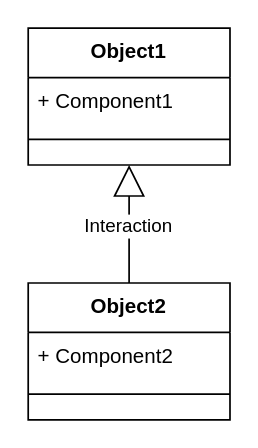
The draw.io diagram model.drawio in brzewVCE/LMBreach, before the edit. Source tidied: cells renumbered, new cells numbered last; positions are measured from the earlier drawing's top-left corner, leaving out a move shared by most shapes. Both pictures are drawn from the tidied source at 171%, with x=0, y=0 at pixel (27, 27).
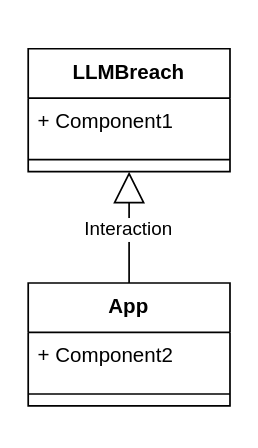
Above is the later version.

The edit, as a diff of the source:
```diff
@@
 <mxGraphModel>
   <root>
     <mxCell id="0" />
     <mxCell id="1" parent="0" />
-    <mxCell id="2" value="Object1" style="swimlane;fontStyle=1;align=center;verticalAlign=top;horizontal=1;startSize=28.933331298828126;" parent="1" vertex="1">
-      <mxGeometry width="118" height="80" as="geometry" />
+    <mxCell id="2" value="LLMBreach" style="swimlane;fontStyle=1;align=center;verticalAlign=top;horizontal=1;startSize=28.933331298828126;" parent="1" vertex="1">
+      <mxGeometry y="12" width="118" height="71.9" as="geometry" />
     </mxCell>
     <mxCell id="3" value="+ Component1" style="text;strokeColor=none;fillColor=none;align=left;verticalAlign=top;spacingLeft=4;spacingRight=4;overflow=hidden;" parent="2" vertex="1">
-      <mxGeometry y="29" width="118" height="29" as="geometry" />
+      <mxGeometry y="28.9" width="118" height="29" as="geometry" />
     </mxCell>
     <mxCell id="4" style="line;strokeWidth=1;fillColor=none;align=left;verticalAlign=middle;spacingTop=-1;spacingLeft=3;spacingRight=3;labelPosition=right;strokeColor=inherit;" parent="2" vertex="1">
-      <mxGeometry y="58" width="118" height="14" as="geometry" />
+      <mxGeometry y="57.9" width="118" height="14" as="geometry" />
     </mxCell>
-    <mxCell id="5" value="Object2" style="swimlane;fontStyle=1;align=center;verticalAlign=top;horizontal=1;startSize=28.933331298828126;" parent="1" vertex="1">
-      <mxGeometry y="149" width="118" height="80" as="geometry" />
+    <mxCell id="5" value="App" style="swimlane;fontStyle=1;align=center;verticalAlign=top;horizontal=1;startSize=28.933331298828126;" parent="1" vertex="1">
+      <mxGeometry y="149" width="118" height="71.9" as="geometry" />
     </mxCell>
     <mxCell id="6" value="+ Component2" style="text;strokeColor=none;fillColor=none;align=left;verticalAlign=top;spacingLeft=4;spacingRight=4;overflow=hidden;" parent="5" vertex="1">
-      <mxGeometry y="29" width="118" height="29" as="geometry" />
+      <mxGeometry y="28.9" width="118" height="29" as="geometry" />
     </mxCell>
     <mxCell id="7" style="line;strokeWidth=1;fillColor=none;align=left;verticalAlign=middle;spacingTop=-1;spacingLeft=3;spacingRight=3;labelPosition=right;strokeColor=inherit;" parent="5" vertex="1">
-      <mxGeometry y="58" width="118" height="14" as="geometry" />
+      <mxGeometry y="57.9" width="118" height="14" as="geometry" />
     </mxCell>
     <mxCell id="8" value="Interaction" style="curved=1;startArrow=block;startSize=16;startFill=0;endArrow=none;exitX=0.5;exitY=1;entryX=0.5;entryY=0;" parent="1" edge="1" source="2" target="5">
       <mxGeometry relative="1" as="geometry" />
     </mxCell>
   </root>
 </mxGraphModel>
```
